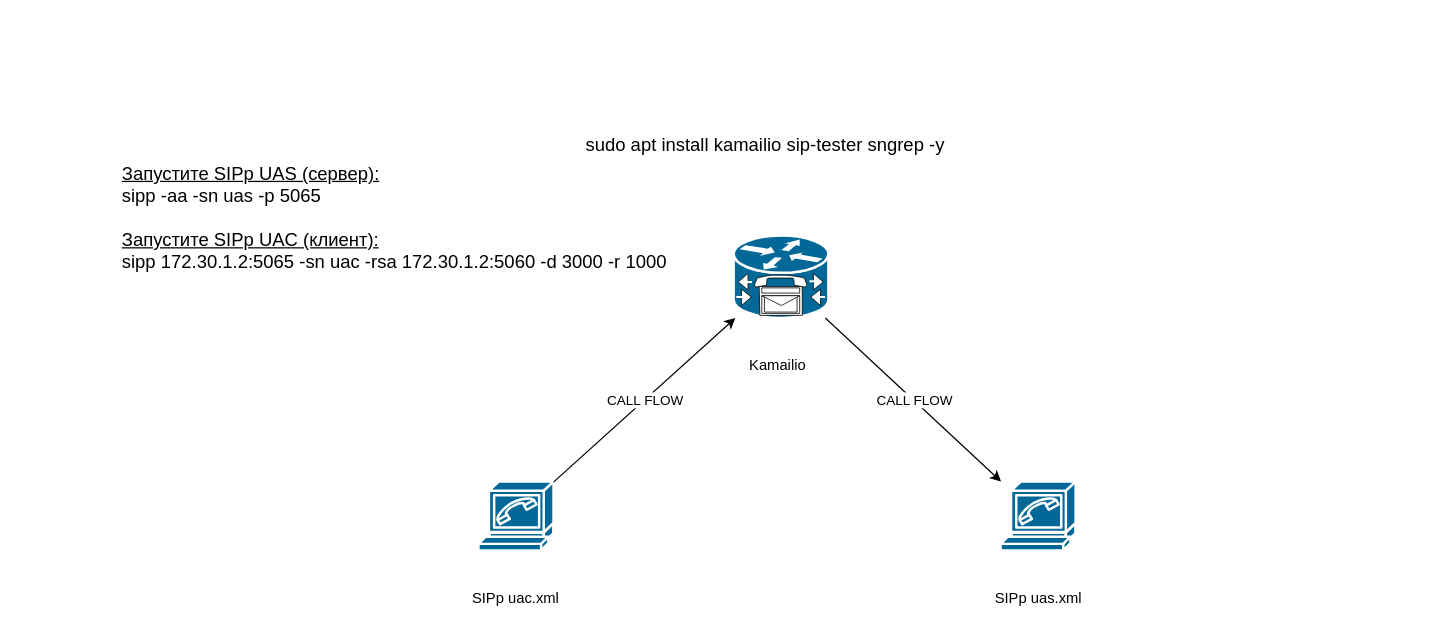
sysadminlab/voip keeps this draw.io diagram as LAB1.1-2xSIPp-1xKamailio.drawio. Above is the earlier version. Source tidied: cells renumbered, new cells numbered last; positions are measured from the earlier drawing's top-left corner, leaving out a move shared by most shapes. Both pictures are drawn from the tidied source at 123%, with x=0, y=0 at pixel (119, 125).
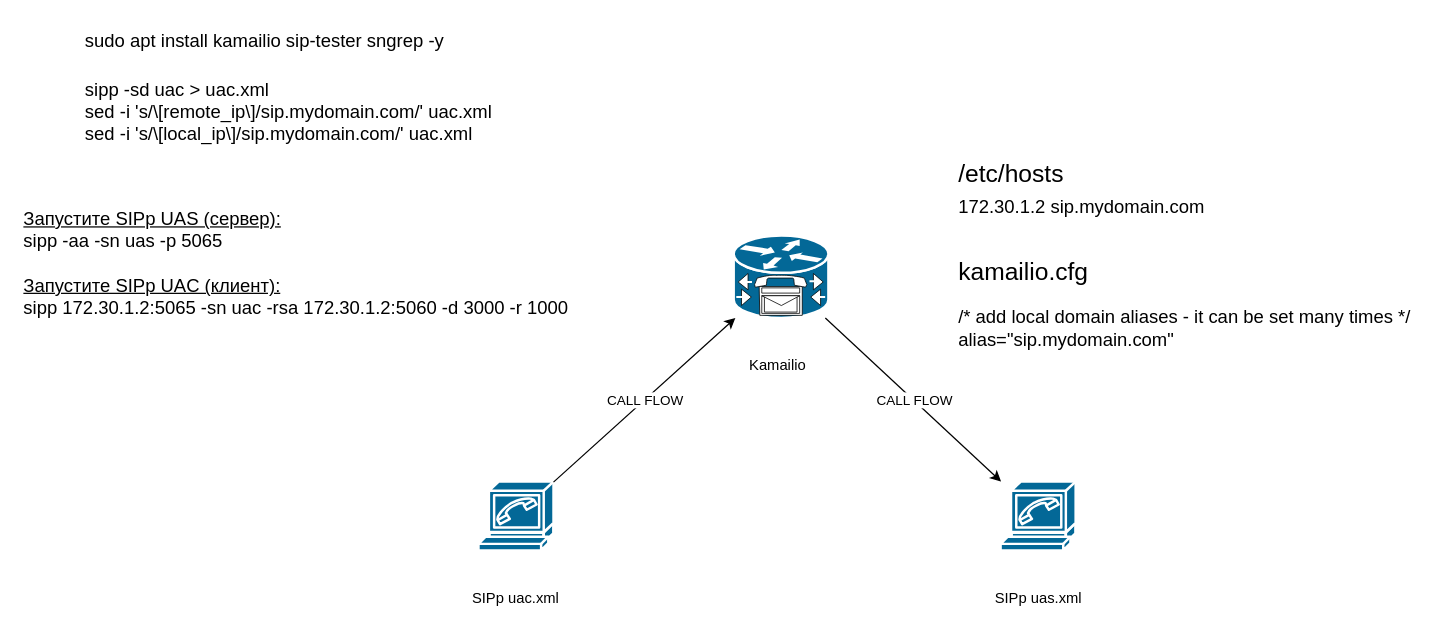
After the change.

Change to the diagram source:
```diff
@@
 <mxGraphModel>
   <root>
     <mxCell id="0" />
     <mxCell id="1" parent="0" />
     <mxCell id="2" value="SIPp uac.xml" style="text;strokeColor=none;align=center;fillColor=none;html=1;verticalAlign=middle;whiteSpace=wrap;rounded=0;" parent="1" vertex="1">
       <mxGeometry x="267" y="369" width="110" height="30" as="geometry" />
     </mxCell>
     <mxCell id="3" value="SIPp uas.xml" style="text;strokeColor=none;align=center;fillColor=none;html=1;verticalAlign=middle;whiteSpace=wrap;rounded=0;" parent="1" vertex="1">
       <mxGeometry x="691.5" y="369" width="110" height="30" as="geometry" />
     </mxCell>
     <mxCell id="4" style="shape=mxgraph.cisco.modems_and_phones.softphone;sketch=0;html=1;dashed=0;fillColor=#036897;strokeColor=#ffffff;strokeWidth=2;verticalLabelPosition=bottom;verticalAlign=top;align=center;outlineConnect=0;" parent="1" vertex="1">
       <mxGeometry x="716" y="289" width="61" height="56" as="geometry" />
     </mxCell>
     <mxCell id="5" style="shape=mxgraph.cisco.modems_and_phones.softphone;sketch=0;html=1;dashed=0;fillColor=#036897;strokeColor=#ffffff;strokeWidth=2;verticalLabelPosition=bottom;verticalAlign=top;align=center;outlineConnect=0;" parent="1" vertex="1">
       <mxGeometry x="291.5" y="289" width="61" height="56" as="geometry" />
     </mxCell>
     <mxCell id="6" style="shape=mxgraph.cisco.misc.cisco_unity_express;sketch=0;html=1;dashed=0;fillColor=#036897;strokeColor=#ffffff;strokeWidth=2;verticalLabelPosition=bottom;verticalAlign=top;align=center;outlineConnect=0;" parent="1" vertex="1">
       <mxGeometry x="499" y="89" width="77" height="67" as="geometry" />
     </mxCell>
     <mxCell id="7" style="endArrow=classic;html=1;rounded=0;" parent="1" edge="1" source="5" target="6">
       <mxGeometry relative="1" as="geometry" />
     </mxCell>
     <mxCell id="8" value="CALL FLOW" style="edgeLabel;html=1;align=center;verticalAlign=middle;" parent="7" vertex="1">
       <mxGeometry relative="1" as="geometry" />
     </mxCell>
     <mxCell id="9" style="endArrow=classic;html=1;rounded=0;" parent="1" edge="1" source="6" target="4">
       <mxGeometry relative="1" as="geometry" />
     </mxCell>
     <mxCell id="10" value="CALL FLOW" style="edgeLabel;html=1;align=center;verticalAlign=middle;" parent="9" vertex="1">
       <mxGeometry relative="1" as="geometry" />
     </mxCell>
     <mxCell id="11" value="Kamailio" style="text;strokeColor=none;align=center;fillColor=none;html=1;verticalAlign=middle;whiteSpace=wrap;rounded=0;" parent="1" vertex="1">
       <mxGeometry x="505" y="180" width="60" height="30" as="geometry" />
     </mxCell>
     <mxCell id="12" value="sudo apt install kamailio sip-tester sngrep -y" style="text;whiteSpace=wrap;fontSize=15;" parent="1" vertex="1">
-      <mxGeometry x="377" width="310" height="40" as="geometry" />
+      <mxGeometry x="-30" y="-85" width="310" height="40" as="geometry" />
     </mxCell>
     <mxCell id="13" value="&lt;u&gt;Запустите SIPp UAS (сервер):&lt;br&gt;&lt;/u&gt;sipp -aa -sn uas -p 5065&lt;br&gt;&lt;u&gt;&lt;br&gt;&lt;/u&gt;&lt;div&gt;&lt;u&gt;Запустите SIPp UAC (клиент):&lt;/u&gt;&lt;/div&gt;&lt;div&gt;sipp 172.30.1.2:5065 -sn uac -rsa 172.30.1.2:5060 -d 3000 -r 1000&lt;/div&gt;&lt;u&gt;&lt;br&gt;&lt;br&gt;&lt;/u&gt;" style="text;whiteSpace=wrap;html=1;fontSize=15;" parent="1" vertex="1">
-      <mxGeometry y="23" width="500" height="187" as="geometry" />
+      <mxGeometry x="-80" y="60" width="570" height="110" as="geometry" />
     </mxCell>
+    <mxCell id="14" value="/* add local domain aliases - it can be set many times */&#10;alias=&quot;sip.mydomain.com&quot;" style="text;whiteSpace=wrap;fontSize=15;" parent="1" vertex="1">
+      <mxGeometry x="680" y="140" width="390" height="50" as="geometry" />
+    </mxCell>
+    <mxCell id="15" value="kamailio.cfg" style="text;whiteSpace=wrap;fontSize=20;" parent="1" vertex="1">
+      <mxGeometry x="680" y="100" width="100" height="40" as="geometry" />
+    </mxCell>
+    <mxCell id="16" value="172.30.1.2 sip.mydomain.com" style="text;whiteSpace=wrap;fontSize=15;" parent="1" vertex="1">
+      <mxGeometry x="680" y="50" width="234" height="40" as="geometry" />
+    </mxCell>
+    <mxCell id="17" value="/etc/hosts" style="text;whiteSpace=wrap;fontSize=20;" parent="1" vertex="1">
+      <mxGeometry x="680" y="20" width="134" height="40" as="geometry" />
+    </mxCell>
+    <mxCell id="18" value="sipp -sd uac &gt; uac.xml&#10;sed -i 's/\[remote_ip\]/sip.mydomain.com/' uac.xml&#10;sed -i 's/\[local_ip\]/sip.mydomain.com/' uac.xml" style="text;whiteSpace=wrap;fontSize=15;" parent="1" vertex="1">
+      <mxGeometry x="-30" y="-45" width="430" height="75" as="geometry" />
+    </mxCell>
   </root>
 </mxGraphModel>
```
